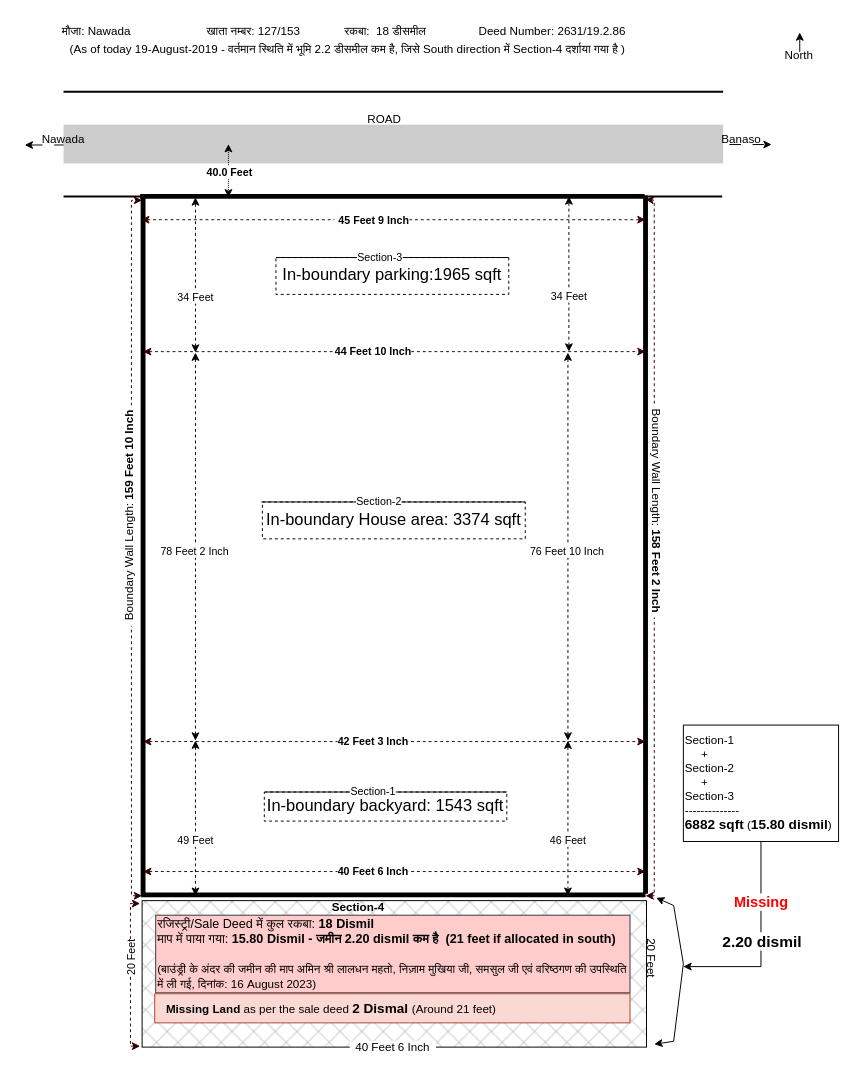
Earlier version of the draw.io diagram drawing/banaso-land/Untitled Diagram.drawio (javabrown/draw.io). Source tidied: cells renumbered, new cells numbered last; positions are measured from the earlier drawing's top-left corner, leaving out a move shared by most shapes. Both pictures are drawn from the tidied source at 97%, with x=0, y=0 at pixel (19, 16).
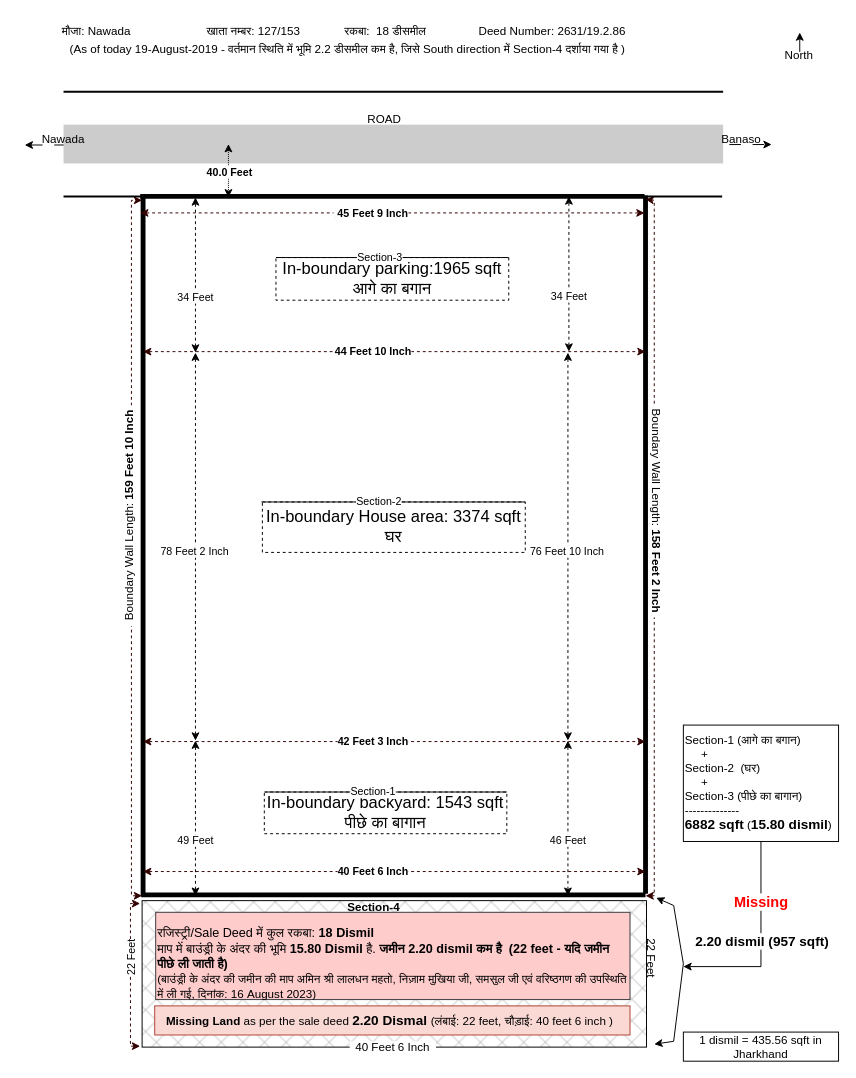
Above is the later version.

Commit message:
New Hindi Banaso Diagram.drawio

The change refers to these unchanged cells:
```xml
<mxCell id="58" style="edgeStyle=orthogonalEdgeStyle;rounded=0;orthogonalLoop=1;jettySize=auto;html=1;" parent="1" edge="1">
  <mxGeometry relative="1" as="geometry">
    <mxPoint x="764" y="840" as="sourcePoint" />
    <mxPoint x="684" y="979" as="targetPoint" />
    <Array as="points">
      <mxPoint x="764" y="979" />
    </Array>
  </mxGeometry>
</mxCell>
<mxCell id="69" style="endArrow=classic;startArrow=classic;html=1;rounded=0;strokeColor=#330000;dashed=1;" parent="1" edge="1">
  <mxGeometry relative="1" as="geometry">
    <mxPoint x="124" y="1061" as="sourcePoint" />
    <mxPoint x="124" y="914" as="targetPoint" />
    <Array as="points">
      <mxPoint x="114" y="1061" />
      <mxPoint x="114" y="914" />
    </Array>
  </mxGeometry>
</mxCell>
```

Diff of the diagram source:
```diff
@@
     <mxCell id="17" style="endArrow=classic;startArrow=classic;html=1;rounded=0;strokeColor=#330000;startFill=1;endFill=1;dashed=1;" parent="1" edge="1">
       <mxGeometry relative="1" as="geometry">
-        <mxPoint x="125" y="209" as="sourcePoint" />
-        <mxPoint x="645" y="209" as="targetPoint" />
+        <mxPoint x="124" y="202" as="sourcePoint" />
+        <mxPoint x="644" y="202" as="targetPoint" />
         <Array as="points">
-          <mxPoint x="145" y="209" />
-          <mxPoint x="194.5" y="209" />
-          <mxPoint x="254.5" y="209" />
-          <mxPoint x="384.5" y="209" />
-          <mxPoint x="514.5" y="209" />
-          <mxPoint x="625" y="209" />
+          <mxPoint x="144" y="202" />
+          <mxPoint x="193.5" y="202" />
+          <mxPoint x="253.5" y="202" />
+          <mxPoint x="383.5" y="202" />
+          <mxPoint x="513.5" y="202" />
+          <mxPoint x="624" y="202" />
         </Array>
       </mxGeometry>
     </mxCell>
@@
-    <mxCell id="42" value="&lt;span style=&quot;background-color: initial;&quot;&gt;रजिस्ट्री/Sale Deed में कुल रकबा: &lt;/span&gt;&lt;b style=&quot;background-color: initial;&quot;&gt;18 Dismil&lt;/b&gt;&lt;span style=&quot;background-color: initial;&quot;&gt;&amp;nbsp; &amp;nbsp; &amp;nbsp; &amp;nbsp;&lt;/span&gt;&lt;br&gt;&lt;span style=&quot;background-color: initial;&quot;&gt;माप में पाया गया:&amp;nbsp;&lt;/span&gt;&lt;b style=&quot;background-color: initial;&quot;&gt;15.80&amp;nbsp;&lt;/b&gt;&lt;b style=&quot;background-color: initial;&quot;&gt;Dismil&lt;/b&gt;&lt;b style=&quot;background-color: initial;&quot;&gt;&amp;nbsp;-&amp;nbsp;&lt;/b&gt;&lt;b&gt;जमीन 2.20 dismil कम है&amp;nbsp; (21 feet if allocated in south)&lt;/b&gt;&lt;br&gt;&lt;br&gt;&lt;div style=&quot;&quot;&gt;&lt;font style=&quot;font-size: 12px;&quot;&gt;(बाउंड्री के अंदर की जमीन की माप अमिन श्री लालधन महतो, निज़ाम मुखिया जी, समसुल जी एवं वरिष्ठगण की उपस्थिति में ली गई, दिनांक: 16 August 2023)&lt;/font&gt;&lt;/div&gt;" style="text;html=1;align=left;verticalAlign=middle;whiteSpace=wrap;rounded=0;strokeColor=#36393d;fillColor=#ffcccc;fontSize=13;" parent="1" vertex="1">
-      <mxGeometry x="140" y="926" width="489" height="80" as="geometry" />
+    <mxCell id="42" value="&lt;span style=&quot;background-color: initial;&quot;&gt;&lt;br&gt;रजिस्ट्री/Sale Deed में कुल रकबा: &lt;/span&gt;&lt;b style=&quot;background-color: initial;&quot;&gt;18 Dismil&lt;/b&gt;&lt;span style=&quot;background-color: initial;&quot;&gt;&amp;nbsp; &amp;nbsp; &amp;nbsp; &amp;nbsp;&lt;/span&gt;&lt;br&gt;&lt;span style=&quot;background-color: initial;&quot;&gt;माप में बाउंड्री के अंदर की भूमि&amp;nbsp;&lt;/span&gt;&lt;b style=&quot;background-color: initial;&quot;&gt;15.80&amp;nbsp;&lt;/b&gt;&lt;b style=&quot;background-color: initial;&quot;&gt;Dismil&lt;/b&gt;&lt;b style=&quot;background-color: initial;&quot;&gt;&amp;nbsp;&lt;/b&gt;&lt;span style=&quot;border-color: var(--border-color);&quot;&gt;है.&lt;/span&gt;&lt;b style=&quot;background-color: initial;&quot;&gt;&amp;nbsp;&lt;/b&gt;&lt;b&gt;जमीन 2.20 dismil कम है&amp;nbsp; (22 feet - यदि जमीन पीछे ली जाती है)&lt;/b&gt;&lt;br&gt;&lt;div style=&quot;&quot;&gt;&lt;font style=&quot;font-size: 12px;&quot;&gt;(बाउंड्री के अंदर की जमीन की माप अमिन श्री लालधन महतो, निज़ाम मुखिया जी, समसुल जी एवं वरिष्ठगण की उपस्थिति में ली गई, दिनांक: 16 August 2023)&lt;/font&gt;&lt;/div&gt;" style="text;html=1;align=left;verticalAlign=middle;whiteSpace=wrap;rounded=0;strokeColor=#36393d;fillColor=#ffcccc;fontSize=13;" parent="1" vertex="1">
+      <mxGeometry x="140" y="923" width="489" height="90" as="geometry" />
     </mxCell>
-    <mxCell id="43" value="In-boundary parking:1965 sqft" style="text;html=1;strokeColor=default;fillColor=none;align=center;verticalAlign=middle;whiteSpace=wrap;rounded=0;strokeWidth=1;fontSize=17;labelBorderColor=none;dashed=1;" parent="1" vertex="1">
-      <mxGeometry x="264" y="248" width="240" height="38" as="geometry" />
+    <mxCell id="43" value="In-boundary parking:1965 sqft&lt;br&gt;आगे का बगान" style="text;html=1;strokeColor=default;fillColor=none;align=center;verticalAlign=middle;whiteSpace=wrap;rounded=0;strokeWidth=1;fontSize=17;labelBorderColor=none;dashed=1;" parent="1" vertex="1">
+      <mxGeometry x="264" y="248" width="240" height="44" as="geometry" />
     </mxCell>
@@
-    <mxCell id="46" value="In-boundary backyard: 1543 sqft" style="text;html=1;strokeColor=default;fillColor=none;align=center;verticalAlign=middle;whiteSpace=wrap;rounded=0;strokeWidth=1;fontSize=17;labelBorderColor=none;dashed=1;" parent="1" vertex="1">
-      <mxGeometry x="252" y="799" width="250" height="30" as="geometry" />
+    <mxCell id="46" value="In-boundary backyard: 1543 sqft&lt;br&gt;पीछे का बागान" style="text;html=1;strokeColor=default;fillColor=none;align=center;verticalAlign=middle;whiteSpace=wrap;rounded=0;strokeWidth=1;fontSize=17;labelBorderColor=none;dashed=1;" parent="1" vertex="1">
+      <mxGeometry x="252" y="799" width="250" height="43" as="geometry" />
     </mxCell>
-    <mxCell id="47" value="In-boundary House area: 3374 sqft" style="text;html=1;strokeColor=default;fillColor=none;align=center;verticalAlign=middle;whiteSpace=wrap;rounded=0;strokeWidth=1;fontSize=17;labelBorderColor=none;dashed=1;" parent="1" vertex="1">
-      <mxGeometry x="250" y="500" width="271" height="38" as="geometry" />
+    <mxCell id="47" value="In-boundary House area: 3374 sqft&lt;br&gt;घर" style="text;html=1;strokeColor=default;fillColor=none;align=center;verticalAlign=middle;whiteSpace=wrap;rounded=0;strokeWidth=1;fontSize=17;labelBorderColor=none;dashed=1;" parent="1" vertex="1">
+      <mxGeometry x="250" y="500" width="271" height="52" as="geometry" />
     </mxCell>
@@
-    <mxCell id="50" value="&amp;nbsp; &amp;nbsp;&lt;b&gt;Missing Land&lt;/b&gt; as per the sale deed &lt;b&gt;&lt;font style=&quot;font-size: 14px;&quot;&gt;2 Dismal &lt;/font&gt;&lt;/b&gt;(Around 21 feet)" style="text;whiteSpace=wrap;html=1;fillColor=#fad9d5;strokeColor=#ae4132;" parent="1" vertex="1">
-      <mxGeometry x="139" y="1007" width="490" height="30" as="geometry" />
+    <mxCell id="50" value="&amp;nbsp; &amp;nbsp;&lt;b&gt;Missing Land&lt;/b&gt; as per the sale deed &lt;b&gt;&lt;font style=&quot;font-size: 14px;&quot;&gt;2.20 Dismal &lt;/font&gt;&lt;/b&gt;(लंबाई: 22 feet, चौड़ाई: 40 feet 6 inch )" style="text;whiteSpace=wrap;html=1;fillColor=#fad9d5;strokeColor=#ae4132;" parent="1" vertex="1">
+      <mxGeometry x="139" y="1019.5" width="490" height="30" as="geometry" />
     </mxCell>
@@
-    <mxCell id="60" value="&lt;font style=&quot;font-size: 16px;&quot;&gt;&lt;b&gt;&amp;nbsp;2.20 dismil&amp;nbsp;&lt;/b&gt;&lt;/font&gt;" style="edgeLabel;html=1;align=center;verticalAlign=middle;" parent="58" vertex="1">
+    <mxCell id="60" value="&lt;font size=&quot;1&quot; style=&quot;&quot;&gt;&lt;b style=&quot;font-size: 14px;&quot;&gt;&amp;nbsp;2.20 dismil (957 sqft)&amp;nbsp;&lt;/b&gt;&lt;/font&gt;" style="edgeLabel;html=1;align=center;verticalAlign=middle;" parent="58" vertex="1">
       <mxGeometry x="0.02" relative="1" as="geometry" />
     </mxCell>
-    <mxCell id="61" value="Section-1&amp;nbsp;&lt;br&gt;&amp;nbsp; &amp;nbsp; &amp;nbsp;+&lt;br&gt;Section-2&lt;br&gt;&amp;nbsp; &amp;nbsp; &amp;nbsp;+&lt;br&gt;Section-3&lt;br&gt;--------------&lt;br&gt;&lt;font style=&quot;font-size: 14px;&quot;&gt;&lt;b&gt;6882 sqft&lt;/b&gt;&lt;/font&gt; (&lt;b&gt;&lt;font style=&quot;font-size: 14px;&quot;&gt;15.80 dismil&lt;/font&gt;&lt;/b&gt;)" style="text;html=1;strokeColor=default;fillColor=default;align=left;verticalAlign=middle;whiteSpace=wrap;rounded=0;fontStyle=0;" parent="1" vertex="1">
+    <mxCell id="61" value="Section-1 (आगे का बगान)&lt;br&gt;&amp;nbsp; &amp;nbsp; &amp;nbsp;+&lt;br&gt;Section-2&amp;nbsp; (घर)&lt;br&gt;&amp;nbsp; &amp;nbsp; &amp;nbsp;+&lt;br&gt;Section-3 (पीछे का बागान)&lt;br&gt;--------------&lt;br&gt;&lt;font style=&quot;font-size: 14px;&quot;&gt;&lt;b&gt;6882 sqft&lt;/b&gt;&lt;/font&gt; (&lt;b&gt;&lt;font style=&quot;font-size: 14px;&quot;&gt;15.80 dismil&lt;/font&gt;&lt;/b&gt;)" style="text;html=1;strokeColor=default;fillColor=default;align=left;verticalAlign=middle;whiteSpace=wrap;rounded=0;fontStyle=0;" parent="1" vertex="1">
       <mxGeometry x="684" y="730" width="160" height="120" as="geometry" />
     </mxCell>
@@
-    <mxCell id="67" value="20 Feet" style="text;html=1;strokeColor=none;fillColor=none;align=center;verticalAlign=middle;whiteSpace=wrap;rounded=0;rotation=90;" parent="1" vertex="1">
+    <mxCell id="67" value="22 Feet" style="text;html=1;strokeColor=none;fillColor=none;align=center;verticalAlign=middle;whiteSpace=wrap;rounded=0;rotation=90;" parent="1" vertex="1">
       <mxGeometry x="627" y="960" width="50" height="21" as="geometry" />
     </mxCell>
     <mxCell id="68" value="&lt;b&gt;Section-4&lt;/b&gt;" style="text;html=1;strokeColor=none;fillColor=none;align=center;verticalAlign=middle;whiteSpace=wrap;rounded=0;" parent="1" vertex="1">
-      <mxGeometry x="319" y="903" width="60" height="30" as="geometry" />
+      <mxGeometry x="335" y="903" width="60" height="30" as="geometry" />
     </mxCell>
@@
-    <mxCell id="70" value="20 Feet" style="edgeLabel;html=1;align=center;verticalAlign=middle;rotation=-90;" parent="69" vertex="1">
+    <mxCell id="70" value="22 Feet" style="edgeLabel;html=1;align=center;verticalAlign=middle;rotation=-90;" parent="69" vertex="1">
       <mxGeometry x="0.15" relative="1" as="geometry">
         <mxPoint y="-4" as="offset" />
       </mxGeometry>
     </mxCell>
@@
+    <mxCell id="72" value="1 dismil = 435.56 sqft in Jharkhand" style="text;html=1;align=center;verticalAlign=middle;whiteSpace=wrap;rounded=0;strokeColor=default;" parent="1" vertex="1">
+      <mxGeometry x="684" y="1046.5" width="160" height="30" as="geometry" />
+    </mxCell>
```
